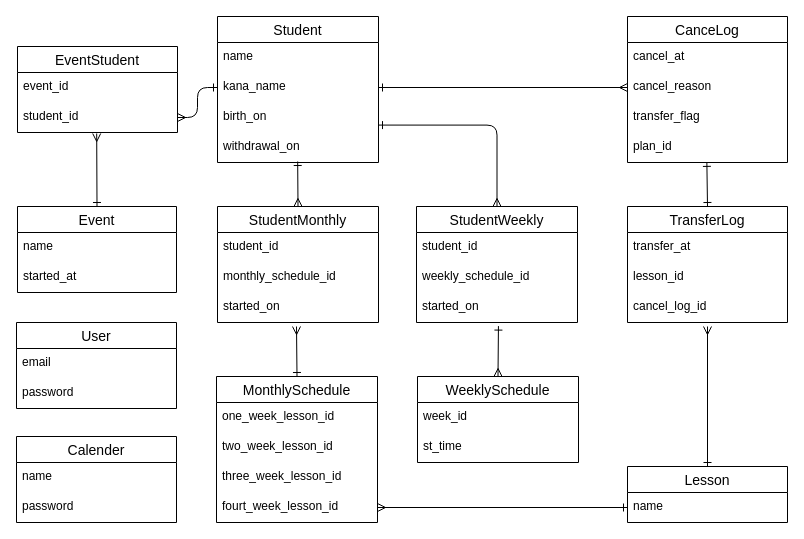
The draw.io diagram ER.dio in minidebu/classboard2, before the edit. Source tidied: cells renumbered, new cells numbered last; positions are measured from the earlier drawing's top-left corner, leaving out a move shared by most shapes. Both pictures are drawn from the tidied source at 100%, with x=0, y=0 at pixel (16, 16).
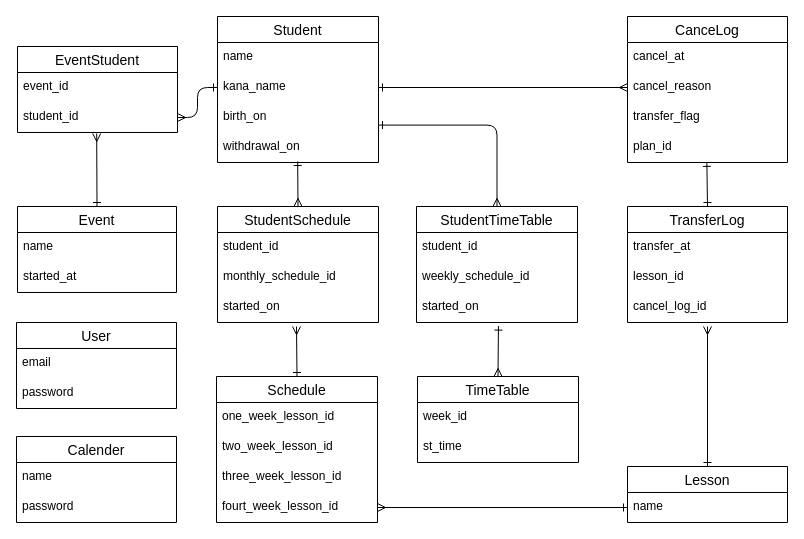
The same page after the edit.

Diff of the diagram source:
```diff
@@
-    <mxCell id="33" value="MonthlySchedule" style="swimlane;fontStyle=0;horizontal=1;startSize=26;align=center;fontSize=14;" parent="1" vertex="1">
+    <mxCell id="33" value="Schedule" style="swimlane;fontStyle=0;horizontal=1;startSize=26;align=center;fontSize=14;" parent="1" vertex="1">
       <mxGeometry x="200" y="360" width="161" height="146" as="geometry" />
     </mxCell>
@@
-    <mxCell id="38" value="WeeklySchedule" style="swimlane;fontStyle=0;horizontal=1;startSize=26;align=center;fontSize=14;" parent="1" vertex="1">
+    <mxCell id="38" value="TimeTable" style="swimlane;fontStyle=0;horizontal=1;startSize=26;align=center;fontSize=14;" parent="1" vertex="1">
       <mxGeometry x="401" y="360" width="161" height="86" as="geometry" />
     </mxCell>
@@
-    <mxCell id="41" value="StudentMonthly" style="swimlane;fontStyle=0;horizontal=1;startSize=26;align=center;fontSize=14;" parent="1" vertex="1">
+    <mxCell id="41" value="StudentSchedule" style="swimlane;fontStyle=0;horizontal=1;startSize=26;align=center;fontSize=14;" parent="1" vertex="1">
       <mxGeometry x="201" y="190" width="161" height="116" as="geometry" />
     </mxCell>
@@
-    <mxCell id="45" value="StudentWeekly" style="swimlane;fontStyle=0;horizontal=1;startSize=26;align=center;fontSize=14;" parent="1" vertex="1">
+    <mxCell id="45" value="StudentTimeTable" style="swimlane;fontStyle=0;horizontal=1;startSize=26;align=center;fontSize=14;" parent="1" vertex="1">
       <mxGeometry x="400" y="190" width="161" height="116" as="geometry" />
     </mxCell>
```
